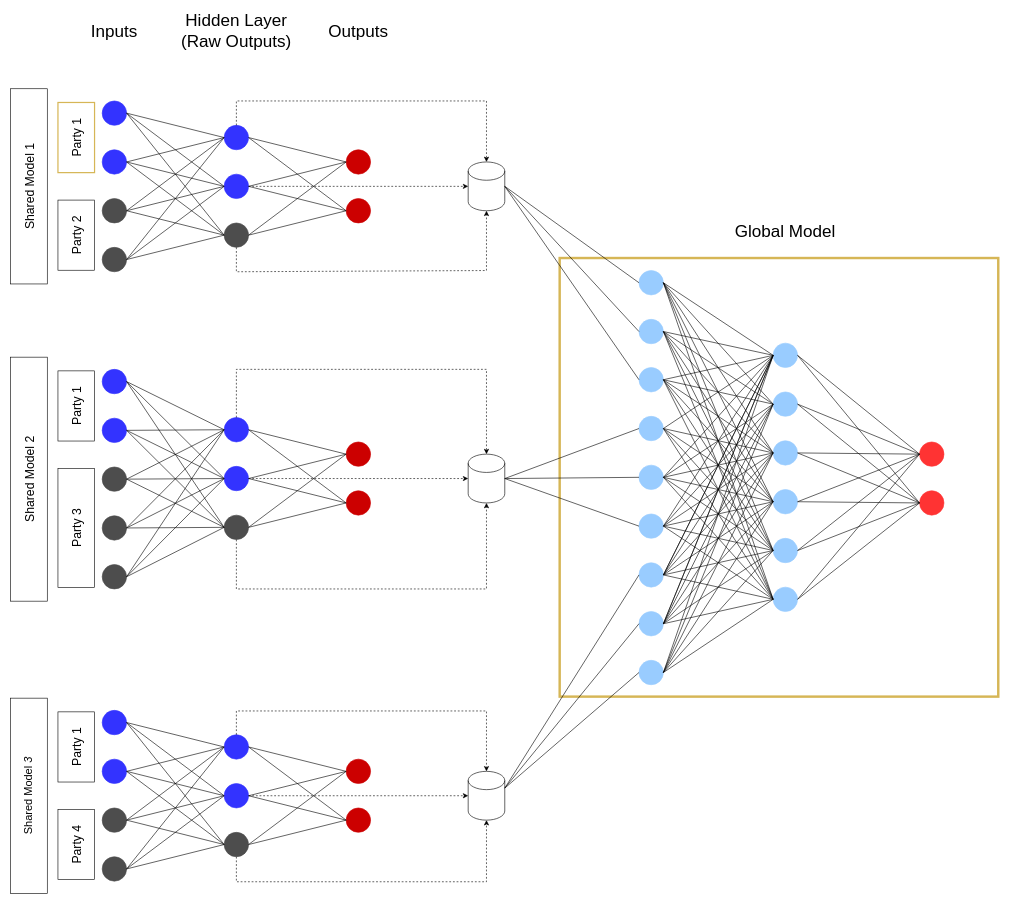
Before: resources/diagrams/dvfu-shared-models.drawio in solodezaldivar/ma-thesis, a draw.io diagram. Source tidied: cells renumbered, new cells numbered last; positions are measured from the earlier drawing's top-left corner, leaving out a move shared by most shapes. Both pictures are drawn from the tidied source at 61%, with x=0, y=0 at pixel (-93, 21).
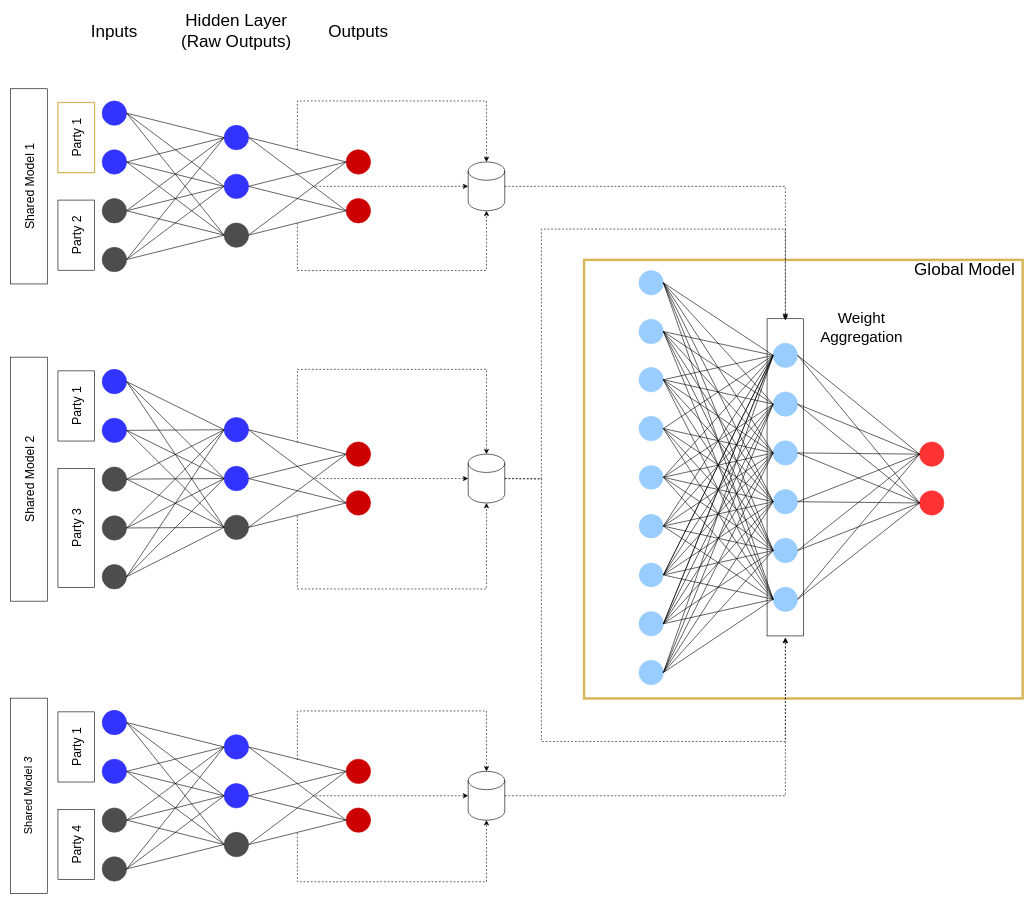
After the change.

Unchanged cells that the change refers to:
```xml
<mxCell id="6" style="ellipse;whiteSpace=wrap;html=1;strokeColor=#3333FF;fillColor=#3333FF;" parent="1" vertex="1">
  <mxGeometry x="520" y="250" width="40" height="40" as="geometry" />
</mxCell>
<mxCell id="7" style="ellipse;whiteSpace=wrap;html=1;strokeColor=#3333FF;fillColor=#3333FF;" parent="1" vertex="1">
  <mxGeometry x="520" y="170" width="40" height="40" as="geometry" />
</mxCell>
<mxCell id="8" style="ellipse;whiteSpace=wrap;html=1;strokeColor=#4D4D4D;fillColor=#4D4D4D;" parent="1" vertex="1">
  <mxGeometry x="520" y="330" width="40" height="40" as="geometry" />
</mxCell>
<mxCell id="36" style="ellipse;whiteSpace=wrap;html=1;strokeColor=#3333FF;fillColor=#3333FF;" parent="1" vertex="1">
  <mxGeometry x="520" y="729" width="40" height="40" as="geometry" />
</mxCell>
<mxCell id="37" style="ellipse;whiteSpace=wrap;html=1;strokeColor=#3333FF;fillColor=#3333FF;" parent="1" vertex="1">
  <mxGeometry x="520" y="649" width="40" height="40" as="geometry" />
</mxCell>
<mxCell id="99" style="ellipse;whiteSpace=wrap;html=1;strokeColor=#3333FF;fillColor=#3333FF;" parent="1" vertex="1">
  <mxGeometry x="520" y="1249" width="40" height="40" as="geometry" />
</mxCell>
<mxCell id="100" style="ellipse;whiteSpace=wrap;html=1;strokeColor=#3333FF;fillColor=#3333FF;" parent="1" vertex="1">
  <mxGeometry x="520" y="1169" width="40" height="40" as="geometry" />
</mxCell>
<mxCell id="101" style="ellipse;whiteSpace=wrap;html=1;strokeColor=#4D4D4D;fillColor=#4D4D4D;" parent="1" vertex="1">
  <mxGeometry x="520" y="1329" width="40" height="40" as="geometry" />
</mxCell>
<mxCell id="124" style="ellipse;whiteSpace=wrap;html=1;strokeColor=#99CCFF;fillColor=#99CCFF;" parent="1" vertex="1">
  <mxGeometry x="1200" y="567" width="40" height="40" as="geometry" />
</mxCell>
<mxCell id="125" style="ellipse;whiteSpace=wrap;html=1;strokeColor=#99CCFF;fillColor=#99CCFF;" parent="1" vertex="1">
  <mxGeometry x="1200" y="647" width="40" height="40" as="geometry" />
</mxCell>
<mxCell id="126" style="ellipse;whiteSpace=wrap;html=1;strokeColor=#99CCFF;fillColor=#99CCFF;" parent="1" vertex="1">
  <mxGeometry x="1200" y="1047" width="40" height="40" as="geometry" />
</mxCell>
<mxCell id="128" style="ellipse;whiteSpace=wrap;html=1;strokeColor=#99CCFF;fillColor=#99CCFF;" parent="1" vertex="1">
  <mxGeometry x="1200" y="967" width="40" height="40" as="geometry" />
</mxCell>
<mxCell id="129" style="ellipse;whiteSpace=wrap;html=1;strokeColor=#99CCFF;fillColor=#99CCFF;" parent="1" vertex="1">
  <mxGeometry x="1200" y="408" width="40" height="40" as="geometry" />
</mxCell>
<mxCell id="130" style="ellipse;whiteSpace=wrap;html=1;strokeColor=#99CCFF;fillColor=#99CCFF;" parent="1" vertex="1">
  <mxGeometry x="1200" y="488" width="40" height="40" as="geometry" />
</mxCell>
<mxCell id="132" style="shape=cylinder3;whiteSpace=wrap;html=1;boundedLbl=1;backgroundOutline=1;size=15;" parent="1" vertex="1">
  <mxGeometry x="920" y="230" width="60" height="80" as="geometry" />
</mxCell>
<mxCell id="133" style="shape=cylinder3;whiteSpace=wrap;html=1;boundedLbl=1;backgroundOutline=1;size=15;" parent="1" vertex="1">
  <mxGeometry x="920" y="709" width="60" height="80" as="geometry" />
</mxCell>
<mxCell id="134" style="shape=cylinder3;whiteSpace=wrap;html=1;boundedLbl=1;backgroundOutline=1;size=15;" parent="1" vertex="1">
  <mxGeometry x="920" y="1229" width="60" height="80" as="geometry" />
</mxCell>
```

Diff of the diagram source:
```diff
@@
+    <mxCell id="93" style="whiteSpace=wrap;html=1;fillColor=none;strokeColor=#d6b656;strokeWidth=4;" parent="1" vertex="1">
+      <mxGeometry x="1110" y="390.5" width="719" height="719" as="geometry" />
+    </mxCell>
+    <mxCell id="206" style="rounded=0;whiteSpace=wrap;html=1;rotation=90;" parent="1" vertex="1">
+      <mxGeometry x="1180" y="717" width="520" height="60" as="geometry" />
+    </mxCell>
@@
-    <mxCell id="32" style="ellipse;whiteSpace=wrap;html=1;strokeColor=#4D4D4D;fillColor=#4D4D4D;" parent="1" vertex="1">
+    <mxCell id="32" style="ellipse;whiteSpace=wrap;html=1;strokeColor=#4D4D4D;fillColor=#4D4D4D;gradientColor=none;" parent="1" vertex="1">
       <mxGeometry x="320" y="730" width="40" height="40" as="geometry" />
     </mxCell>
@@
-    <mxCell id="35" style="ellipse;whiteSpace=wrap;html=1;strokeColor=#4D4D4D;fillColor=#4D4D4D;" parent="1" vertex="1">
+    <mxCell id="35" style="ellipse;whiteSpace=wrap;html=1;strokeColor=#4D4D4D;fillColor=#4D4D4D;gradientColor=none;" parent="1" vertex="1">
       <mxGeometry x="320" y="810" width="40" height="40" as="geometry" />
     </mxCell>
@@
-    <mxCell id="38" style="ellipse;whiteSpace=wrap;html=1;strokeColor=#4D4D4D;fillColor=#4D4D4D;" parent="1" vertex="1">
+    <mxCell id="38" style="ellipse;whiteSpace=wrap;html=1;strokeColor=#4D4D4D;fillColor=#4D4D4D;gradientColor=none;" parent="1" vertex="1">
       <mxGeometry x="520" y="809" width="40" height="40" as="geometry" />
     </mxCell>
@@
-    <mxCell id="62" style="ellipse;whiteSpace=wrap;html=1;strokeColor=#4D4D4D;fillColor=#4D4D4D;" parent="1" vertex="1">
+    <mxCell id="62" style="ellipse;whiteSpace=wrap;html=1;strokeColor=#4D4D4D;fillColor=#4D4D4D;gradientColor=none;" parent="1" vertex="1">
       <mxGeometry x="320" y="890" width="40" height="40" as="geometry" />
     </mxCell>
@@
-    <mxCell id="66" style="ellipse;whiteSpace=wrap;html=1;strokeColor=#99CCFF;fillColor=#99CCFF;" parent="1" vertex="1">
+    <mxCell id="66" style="ellipse;whiteSpace=wrap;html=1;strokeColor=light-dark(#FFFFFF,#1E4A76);fillColor=#99CCFF;strokeWidth=0;" parent="1" vertex="1">
       <mxGeometry x="1200" y="727" width="40" height="40" as="geometry" />
     </mxCell>
-    <mxCell id="67" style="ellipse;whiteSpace=wrap;html=1;strokeColor=#99CCFF;fillColor=#99CCFF;" parent="1" vertex="1">
+    <mxCell id="67" style="ellipse;whiteSpace=wrap;html=1;strokeColor=light-dark(#FFFFFF,#1E4A76);fillColor=#99CCFF;strokeWidth=0;" parent="1" vertex="1">
       <mxGeometry x="1200" y="807" width="40" height="40" as="geometry" />
     </mxCell>
@@
-    <mxCell id="93" style="whiteSpace=wrap;html=1;fillColor=none;strokeColor=#d6b656;strokeWidth=4;" parent="1" vertex="1">
-      <mxGeometry x="1070" y="387.5" width="719" height="719" as="geometry" />
-    </mxCell>
     <mxCell id="94" value="&lt;span style=&quot;font-size: 28px;&quot;&gt;Global Model&lt;/span&gt;" style="text;html=1;align=center;verticalAlign=middle;whiteSpace=wrap;rounded=0;" parent="1" vertex="1">
-      <mxGeometry x="1345" y="329" width="190" height="30" as="geometry" />
+      <mxGeometry x="1639" y="390.5" width="190" height="30" as="geometry" />
     </mxCell>
@@
-    <mxCell id="127" style="ellipse;whiteSpace=wrap;html=1;strokeColor=#99CCFF;fillColor=#99CCFF;" parent="1" vertex="1">
+    <mxCell id="127" style="ellipse;whiteSpace=wrap;html=1;strokeColor=light-dark(#FFFFFF,#1E4A76);fillColor=#99CCFF;strokeWidth=0;" parent="1" vertex="1">
       <mxGeometry x="1200" y="887" width="40" height="40" as="geometry" />
     </mxCell>
@@
-    <mxCell id="135" style="rounded=0;jettySize=auto;html=1;endArrow=none;startFill=0;entryX=1;entryY=0.5;entryDx=0;entryDy=0;exitX=0;exitY=0.5;exitDx=0;exitDy=0;entryPerimeter=0;" parent="1" edge="1" source="129" target="132">
-      <mxGeometry relative="1" as="geometry" />
-    </mxCell>
-    <mxCell id="136" style="rounded=0;jettySize=auto;html=1;endArrow=none;startFill=0;exitX=0;exitY=0.5;exitDx=0;exitDy=0;entryX=1;entryY=0.5;entryDx=0;entryDy=0;entryPerimeter=0;" parent="1" edge="1" source="130" target="132">
-      <mxGeometry relative="1" as="geometry" />
-    </mxCell>
-    <mxCell id="137" style="rounded=0;jettySize=auto;html=1;endArrow=none;startFill=0;exitX=0;exitY=0.5;exitDx=0;exitDy=0;entryX=1;entryY=0.5;entryDx=0;entryDy=0;entryPerimeter=0;" parent="1" edge="1" source="124" target="132">
-      <mxGeometry relative="1" as="geometry" />
-    </mxCell>
-    <mxCell id="138" style="rounded=0;jettySize=auto;html=1;endArrow=none;startFill=0;exitX=0;exitY=0.5;exitDx=0;exitDy=0;entryX=1;entryY=0.5;entryDx=0;entryDy=0;entryPerimeter=0;" parent="1" edge="1" source="125" target="133">
-      <mxGeometry relative="1" as="geometry" />
-    </mxCell>
-    <mxCell id="139" style="rounded=0;jettySize=auto;html=1;endArrow=none;startFill=0;exitX=0;exitY=0.5;exitDx=0;exitDy=0;entryX=1;entryY=0.5;entryDx=0;entryDy=0;entryPerimeter=0;" parent="1" edge="1" source="66" target="133">
-      <mxGeometry relative="1" as="geometry" />
-    </mxCell>
-    <mxCell id="140" style="rounded=0;jettySize=auto;html=1;endArrow=none;startFill=0;exitX=0;exitY=0.5;exitDx=0;exitDy=0;entryX=1;entryY=0.5;entryDx=0;entryDy=0;entryPerimeter=0;" parent="1" edge="1" source="67" target="133">
-      <mxGeometry relative="1" as="geometry" />
-    </mxCell>
-    <mxCell id="141" style="rounded=0;jettySize=auto;html=1;endArrow=none;startFill=0;exitX=0;exitY=0.5;exitDx=0;exitDy=0;entryX=1;entryY=0;entryDx=0;entryDy=27.5;entryPerimeter=0;" parent="1" edge="1" source="127" target="134">
-      <mxGeometry relative="1" as="geometry" />
-    </mxCell>
-    <mxCell id="142" style="rounded=0;jettySize=auto;html=1;endArrow=none;startFill=0;exitX=0;exitY=0.5;exitDx=0;exitDy=0;entryX=1;entryY=0;entryDx=0;entryDy=27.5;entryPerimeter=0;" parent="1" edge="1" source="128" target="134">
-      <mxGeometry relative="1" as="geometry" />
-    </mxCell>
-    <mxCell id="143" style="rounded=0;jettySize=auto;html=1;endArrow=none;startFill=0;exitX=0;exitY=0.5;exitDx=0;exitDy=0;entryX=1;entryY=0;entryDx=0;entryDy=27.5;entryPerimeter=0;" parent="1" edge="1" source="126" target="134">
-      <mxGeometry relative="1" as="geometry" />
-    </mxCell>
@@
-    <mxCell id="197" style="endArrow=classic;html=1;rounded=0;exitX=1;exitY=0.5;exitDx=0;exitDy=0;entryX=0;entryY=0.5;entryDx=0;entryDy=0;entryPerimeter=0;dashed=1;" parent="1" edge="1" source="6" target="132">
-      <mxGeometry relative="1" as="geometry" />
+    <mxCell id="197" style="endArrow=classic;html=1;rounded=0;entryX=0;entryY=0.5;entryDx=0;entryDy=0;entryPerimeter=0;dashed=1;" parent="1" edge="1" target="132">
+      <mxGeometry relative="1" as="geometry">
+        <mxPoint x="670" y="270" as="sourcePoint" />
+      </mxGeometry>
     </mxCell>
-    <mxCell id="198" style="endArrow=classic;html=1;rounded=0;entryX=0.5;entryY=1;entryDx=0;entryDy=0;entryPerimeter=0;exitX=0.5;exitY=1;exitDx=0;exitDy=0;dashed=1;" parent="1" edge="1" source="8" target="132">
+    <mxCell id="198" style="endArrow=classic;html=1;rounded=0;entryX=0.5;entryY=1;entryDx=0;entryDy=0;entryPerimeter=0;dashed=1;" parent="1" edge="1" target="132">
       <mxGeometry relative="1" as="geometry">
+        <mxPoint x="640" y="330" as="sourcePoint" />
         <Array as="points">
-          <mxPoint x="540" y="410" />
+          <mxPoint x="640" y="408" />
           <mxPoint x="950" y="408" />
         </Array>
       </mxGeometry>
     </mxCell>
-    <mxCell id="199" style="endArrow=classic;html=1;rounded=0;entryX=0.5;entryY=0;entryDx=0;entryDy=0;entryPerimeter=0;exitX=0.5;exitY=0;exitDx=0;exitDy=0;dashed=1;" parent="1" edge="1" source="7" target="132">
+    <mxCell id="199" style="endArrow=classic;html=1;rounded=0;entryX=0.5;entryY=0;entryDx=0;entryDy=0;entryPerimeter=0;dashed=1;" parent="1" edge="1" target="132">
       <mxGeometry relative="1" as="geometry">
+        <mxPoint x="640" y="210" as="sourcePoint" />
         <Array as="points">
-          <mxPoint x="540" y="130" />
+          <mxPoint x="640" y="130" />
           <mxPoint x="950" y="130" />
         </Array>
       </mxGeometry>
     </mxCell>
-    <mxCell id="200" style="endArrow=classic;html=1;rounded=0;exitX=1;exitY=0.5;exitDx=0;exitDy=0;entryX=0;entryY=0.5;entryDx=0;entryDy=0;entryPerimeter=0;dashed=1;" parent="1" edge="1" source="36" target="133">
-      <mxGeometry relative="1" as="geometry" />
+    <mxCell id="200" style="endArrow=classic;html=1;rounded=0;entryX=0;entryY=0.5;entryDx=0;entryDy=0;entryPerimeter=0;dashed=1;" parent="1" edge="1" target="133">
+      <mxGeometry relative="1" as="geometry">
+        <mxPoint x="670" y="749" as="sourcePoint" />
+      </mxGeometry>
     </mxCell>
-    <mxCell id="201" style="endArrow=classic;html=1;rounded=0;exitX=0.5;exitY=0;exitDx=0;exitDy=0;entryX=0.5;entryY=0;entryDx=0;entryDy=0;entryPerimeter=0;dashed=1;" parent="1" edge="1" source="37" target="133">
+    <mxCell id="201" style="endArrow=classic;html=1;rounded=0;entryX=0.5;entryY=0;entryDx=0;entryDy=0;entryPerimeter=0;dashed=1;" parent="1" edge="1" target="133">
       <mxGeometry relative="1" as="geometry">
+        <mxPoint x="640" y="690" as="sourcePoint" />
         <Array as="points">
-          <mxPoint x="540" y="570" />
+          <mxPoint x="640" y="570" />
           <mxPoint x="950" y="570" />
         </Array>
       </mxGeometry>
     </mxCell>
-    <mxCell id="202" style="endArrow=classic;html=1;rounded=0;exitX=0.5;exitY=1;exitDx=0;exitDy=0;entryX=0.5;entryY=1;entryDx=0;entryDy=0;entryPerimeter=0;dashed=1;" parent="1" edge="1" source="38" target="133">
+    <mxCell id="202" style="endArrow=classic;html=1;rounded=0;entryX=0.5;entryY=1;entryDx=0;entryDy=0;entryPerimeter=0;dashed=1;" parent="1" edge="1" target="133">
       <mxGeometry relative="1" as="geometry">
+        <mxPoint x="640" y="810" as="sourcePoint" />
         <Array as="points">
-          <mxPoint x="540" y="930" />
+          <mxPoint x="640" y="930" />
           <mxPoint x="950" y="930" />
         </Array>
       </mxGeometry>
     </mxCell>
-    <mxCell id="203" style="endArrow=classic;html=1;rounded=0;exitX=0.5;exitY=0;exitDx=0;exitDy=0;entryX=0.5;entryY=0;entryDx=0;entryDy=0;entryPerimeter=0;dashed=1;" parent="1" edge="1" source="100" target="134">
+    <mxCell id="203" style="endArrow=classic;html=1;rounded=0;entryX=0.5;entryY=0;entryDx=0;entryDy=0;entryPerimeter=0;dashed=1;" parent="1" edge="1" target="134">
       <mxGeometry relative="1" as="geometry">
+        <mxPoint x="640" y="1210" as="sourcePoint" />
         <Array as="points">
-          <mxPoint x="540" y="1130" />
+          <mxPoint x="640" y="1130" />
           <mxPoint x="950" y="1130" />
         </Array>
       </mxGeometry>
     </mxCell>
-    <mxCell id="204" style="endArrow=classic;html=1;rounded=0;exitX=0.5;exitY=1;exitDx=0;exitDy=0;entryX=0.5;entryY=1;entryDx=0;entryDy=0;entryPerimeter=0;dashed=1;" parent="1" edge="1" source="101" target="134">
+    <mxCell id="204" style="endArrow=classic;html=1;rounded=0;entryX=0.5;entryY=1;entryDx=0;entryDy=0;entryPerimeter=0;dashed=1;" parent="1" edge="1" target="134">
       <mxGeometry relative="1" as="geometry">
+        <mxPoint x="640" y="1330" as="sourcePoint" />
         <Array as="points">
-          <mxPoint x="540" y="1410" />
+          <mxPoint x="640" y="1410" />
           <mxPoint x="670" y="1410" />
           <mxPoint x="950" y="1410" />
         </Array>
       </mxGeometry>
     </mxCell>
-    <mxCell id="205" style="endArrow=classic;html=1;rounded=0;exitX=1;exitY=0.5;exitDx=0;exitDy=0;entryX=0;entryY=0.5;entryDx=0;entryDy=0;entryPerimeter=0;dashed=1;" parent="1" edge="1" source="99" target="134">
-      <mxGeometry relative="1" as="geometry" />
+    <mxCell id="205" style="endArrow=classic;html=1;rounded=0;entryX=0;entryY=0.5;entryDx=0;entryDy=0;entryPerimeter=0;dashed=1;" parent="1" edge="1" target="134">
+      <mxGeometry relative="1" as="geometry">
+        <mxPoint x="670" y="1269" as="sourcePoint" />
+      </mxGeometry>
     </mxCell>
+    <mxCell id="207" style="endArrow=classic;html=1;rounded=0;entryX=0;entryY=0.5;entryDx=0;entryDy=0;dashed=1;exitX=1;exitY=0.5;exitDx=0;exitDy=0;exitPerimeter=0;" parent="1" edge="1" source="132" target="206">
+      <mxGeometry relative="1" as="geometry">
+        <Array as="points">
+          <mxPoint x="1440" y="270" />
+        </Array>
+      </mxGeometry>
+    </mxCell>
+    <mxCell id="208" style="endArrow=classic;html=1;rounded=0;dashed=1;exitX=1;exitY=0.5;exitDx=0;exitDy=0;exitPerimeter=0;" parent="1" edge="1" source="134">
+      <mxGeometry relative="1" as="geometry">
+        <mxPoint x="1440" y="1010" as="targetPoint" />
+        <Array as="points">
+          <mxPoint x="1440" y="1269" />
+        </Array>
+      </mxGeometry>
+    </mxCell>
+    <mxCell id="209" value="&lt;font style=&quot;font-size: 25px;&quot;&gt;Weight Aggregation&lt;/font&gt;" style="text;html=1;align=center;verticalAlign=middle;whiteSpace=wrap;rounded=0;" parent="1" vertex="1">
+      <mxGeometry x="1470" y="485" width="190" height="30" as="geometry" />
+    </mxCell>
+    <mxCell id="210" style="endArrow=classic;html=1;rounded=0;dashed=1;exitX=1;exitY=0.5;exitDx=0;exitDy=0;exitPerimeter=0;" parent="1" edge="1" source="133">
+      <mxGeometry relative="1" as="geometry">
+        <mxPoint x="1440" y="490" as="targetPoint" />
+        <Array as="points">
+          <mxPoint x="1040" y="750" />
+          <mxPoint x="1040" y="340" />
+          <mxPoint x="1440" y="340" />
+        </Array>
+      </mxGeometry>
+    </mxCell>
+    <mxCell id="211" style="endArrow=classic;html=1;rounded=0;dashed=1;exitX=1;exitY=0.5;exitDx=0;exitDy=0;exitPerimeter=0;" parent="1" edge="1" source="133">
+      <mxGeometry relative="1" as="geometry">
+        <mxPoint x="1440" y="1010" as="targetPoint" />
+        <Array as="points">
+          <mxPoint x="1040" y="749" />
+          <mxPoint x="1040" y="1180" />
+          <mxPoint x="1440" y="1180" />
+        </Array>
+      </mxGeometry>
+    </mxCell>
```
